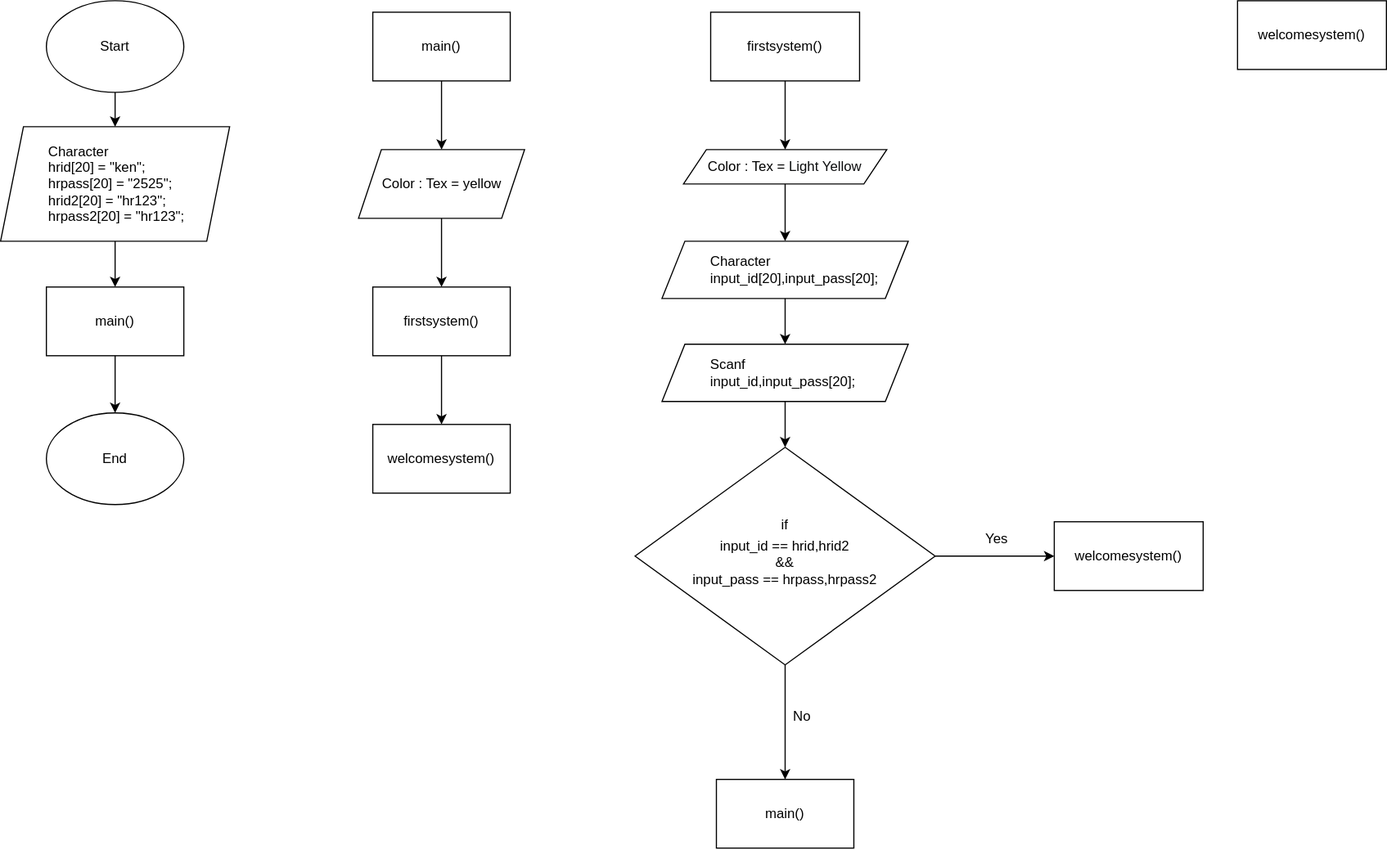
This is Project_C.drawio.svg from Nuttph/Project_C_Flowchart, a draw.io export, as it was before one commit. Source tidied: cells renumbered, new cells last; positions are measured from the earlier drawing's top-left corner, leaving out a move shared by most shapes.
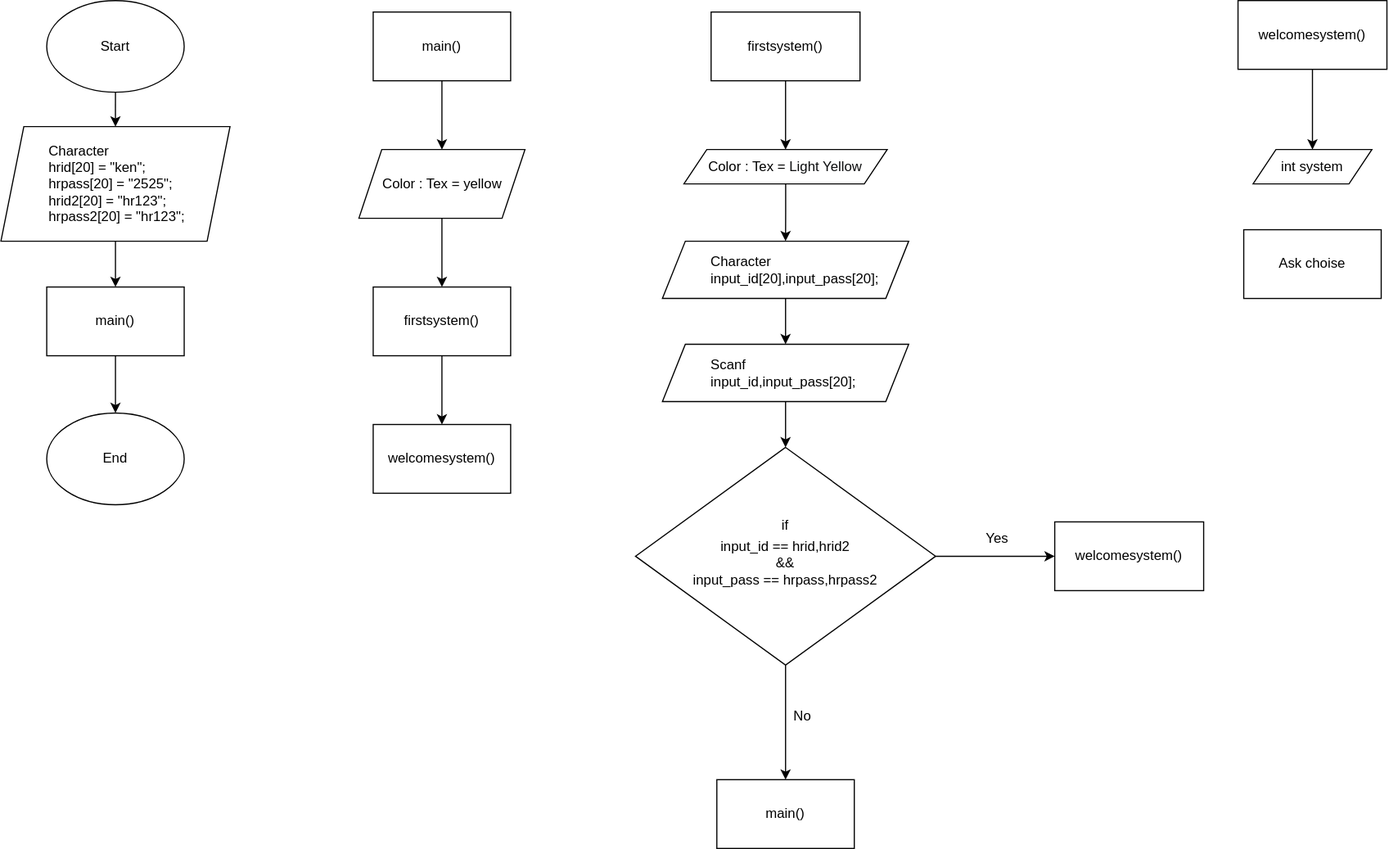
After the change.

What changed in the source:
```diff
@@ -93,8 +93,17 @@
     <mxCell id="30" value="main()" style="rounded=0;whiteSpace=wrap;html=1;" parent="1" vertex="1">
       <mxGeometry x="625" y="680" width="120" height="60" as="geometry" />
     </mxCell>
+    <mxCell id="32" style="edgeStyle=orthogonalEdgeStyle;rounded=0;jettySize=auto;html=1;entryX=0.5;entryY=0;entryDx=0;entryDy=0;" parent="1" edge="1" source="31" target="33">
+      <mxGeometry relative="1" as="geometry" />
+    </mxCell>
     <mxCell id="31" value="welcomesystem()" style="rounded=0;whiteSpace=wrap;html=1;" parent="1" vertex="1">
       <mxGeometry x="1080" width="130" height="60" as="geometry" />
     </mxCell>
+    <mxCell id="33" value="int system" style="shape=parallelogram;perimeter=parallelogramPerimeter;whiteSpace=wrap;html=1;fixedSize=1;" parent="1" vertex="1">
+      <mxGeometry x="1093.1" y="130" width="103.8" height="30" as="geometry" />
+    </mxCell>
+    <mxCell id="34" value="Ask choise" style="rounded=0;whiteSpace=wrap;html=1;" parent="1" vertex="1">
+      <mxGeometry x="1085" y="200" width="120" height="60" as="geometry" />
+    </mxCell>
   </root>
 </mxGraphModel>
```
